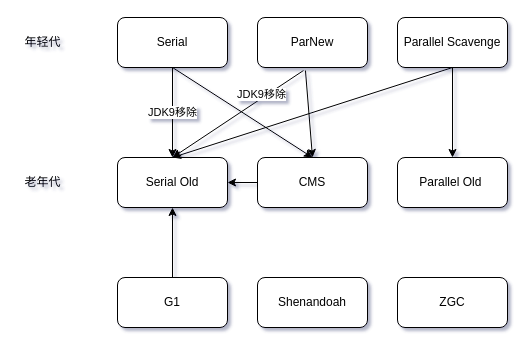
Earlier version of the draw.io diagram Untitled Diagram.drawio (DrYaoHongBin/git-test). Source tidied: cells renumbered, new cells numbered last; positions are measured from the earlier drawing's top-left corner, leaving out a move shared by most shapes. Both pictures are drawn from the tidied source at 100%, with x=0, y=0 at pixel (17, 17).
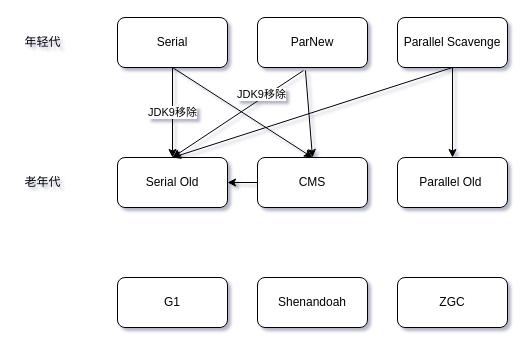
After the change.

The change refers to these unchanged cells:
```xml
<mxCell id="7" value="Serial Old" style="rounded=1;whiteSpace=wrap;html=1;" parent="1" vertex="1">
  <mxGeometry x="100" y="140" width="110" height="50" as="geometry" />
</mxCell>
<mxCell id="11" value="G1" style="rounded=1;whiteSpace=wrap;html=1;" parent="1" vertex="1">
  <mxGeometry x="100" y="260" width="110" height="50" as="geometry" />
</mxCell>
```

Diff of the diagram source:
```diff
@@
-    <mxCell id="21" style="endArrow=classic;html=1;rounded=1;exitX=0.5;exitY=0;exitDx=0;exitDy=0;" parent="1" edge="1" source="11" target="7">
-      <mxGeometry relative="1" as="geometry" />
-    </mxCell>
```
